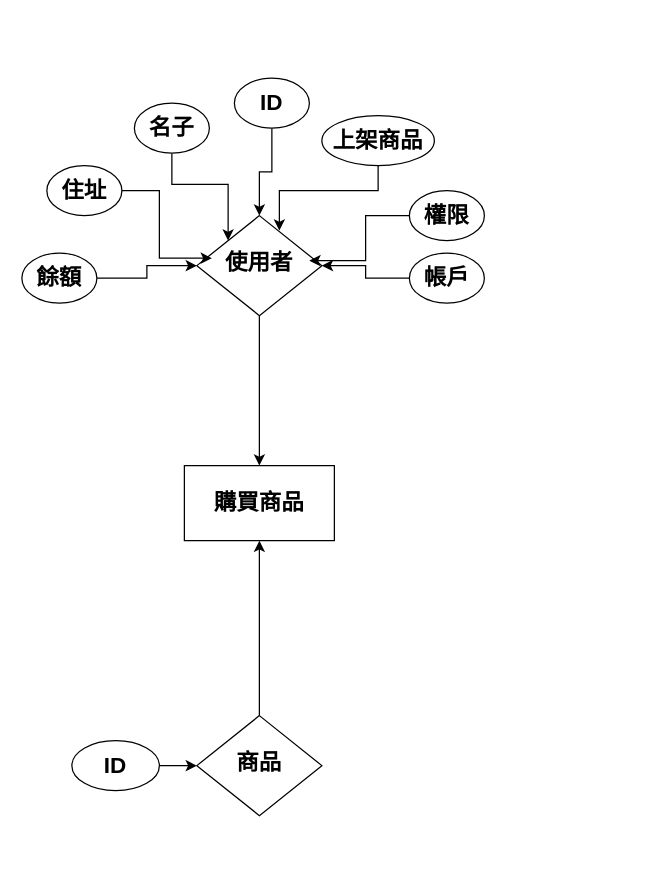
markonbizz/dbProject keeps this draw.io diagram as Untitled Diagram.drawio. Above is the earlier version. Source tidied: cells renumbered, new cells numbered last; positions are measured from the earlier drawing's top-left corner, leaving out a move shared by most shapes. Both pictures are drawn from the tidied source at 125%, with x=0, y=0 at pixel (21, 78).
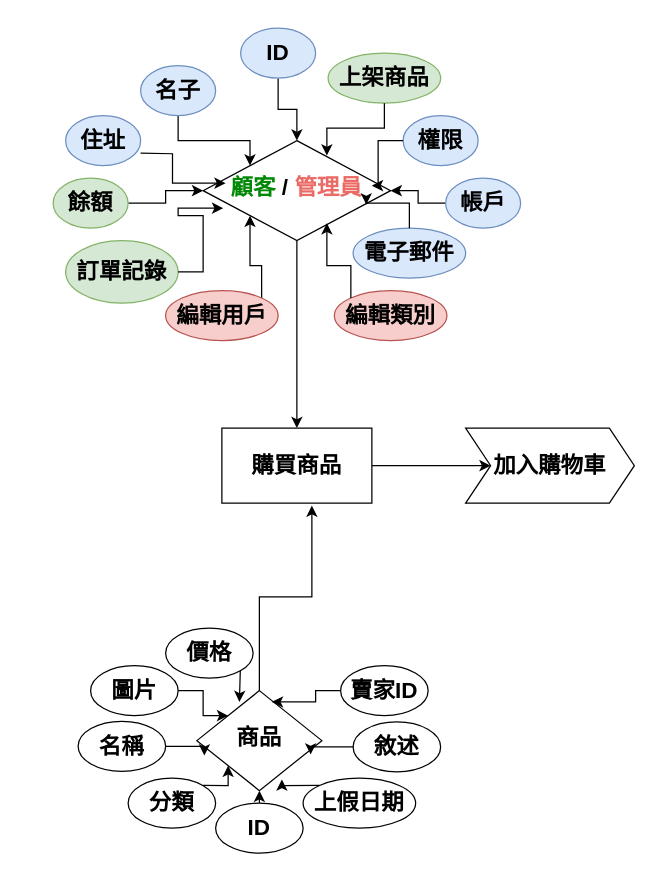
Above is the later version.

Commit message:
Finished Product Diagram

What changed in the source:
```diff
@@
-    <mxCell id="3" value="&lt;h2&gt;&lt;b&gt;使用者&lt;/b&gt;&lt;/h2&gt;" style="rhombus;whiteSpace=wrap;html=1;shadow=0;fontFamily=Helvetica;fontSize=12;align=center;strokeWidth=1;spacing=6;spacingTop=-4;" parent="1" vertex="1">
-      <mxGeometry x="140" y="110" width="100" height="80" as="geometry" />
+    <mxCell id="3" value="&lt;h2&gt;&lt;b&gt;&lt;font color=&quot;#008704&quot;&gt;顧客&lt;/font&gt; / &lt;font color=&quot;#ea6b66&quot;&gt;管理員&lt;/font&gt;&lt;/b&gt;&lt;/h2&gt;" style="rhombus;whiteSpace=wrap;html=1;shadow=0;fontFamily=Helvetica;fontSize=12;align=center;strokeWidth=1;spacing=6;spacingTop=-4;" parent="1" vertex="1">
+      <mxGeometry x="145" y="50" width="150" height="80" as="geometry" />
     </mxCell>
@@
-    <mxCell id="5" value="&lt;h2&gt;&lt;b&gt;ID&lt;/b&gt;&lt;/h2&gt;" style="ellipse;whiteSpace=wrap;html=1;" parent="1" vertex="1">
-      <mxGeometry x="170" width="60" height="40" as="geometry" />
+    <mxCell id="5" value="&lt;h2&gt;&lt;b&gt;ID&lt;/b&gt;&lt;/h2&gt;" style="ellipse;whiteSpace=wrap;html=1;fillColor=#dae8fc;strokeColor=#6c8ebf;" parent="1" vertex="1">
+      <mxGeometry x="175" y="-40" width="60" height="40" as="geometry" />
     </mxCell>
-    <mxCell id="6" value="&lt;h2&gt;&lt;b&gt;住址&lt;/b&gt;&lt;/h2&gt;" style="ellipse;whiteSpace=wrap;html=1;" parent="1" vertex="1">
-      <mxGeometry x="20" y="70" width="60" height="40" as="geometry" />
+    <mxCell id="6" value="&lt;h2&gt;&lt;b&gt;住址&lt;/b&gt;&lt;/h2&gt;" style="ellipse;whiteSpace=wrap;html=1;fillColor=#dae8fc;strokeColor=#6c8ebf;" parent="1" vertex="1">
+      <mxGeometry x="35" y="30" width="60" height="40" as="geometry" />
     </mxCell>
     <mxCell id="7" style="edgeStyle=orthogonalEdgeStyle;rounded=0;jettySize=auto;html=1;entryX=0;entryY=0;entryDx=0;entryDy=0;" parent="1" edge="1" source="8" target="3">
-      <mxGeometry relative="1" as="geometry" />
+      <mxGeometry relative="1" as="geometry">
+        <Array as="points">
+          <mxPoint x="125" y="50" />
+          <mxPoint x="183" y="50" />
+        </Array>
+      </mxGeometry>
     </mxCell>
-    <mxCell id="8" value="&lt;h2&gt;名子&lt;/h2&gt;" style="ellipse;whiteSpace=wrap;html=1;" parent="1" vertex="1">
-      <mxGeometry x="90" y="20" width="60" height="40" as="geometry" />
+    <mxCell id="8" value="&lt;h2&gt;名子&lt;/h2&gt;" style="ellipse;whiteSpace=wrap;html=1;fillColor=#dae8fc;strokeColor=#6c8ebf;" parent="1" vertex="1">
+      <mxGeometry x="95" y="-10" width="60" height="40" as="geometry" />
     </mxCell>
@@
-    <mxCell id="10" value="&lt;h2&gt;&lt;b&gt;餘額&lt;/b&gt;&lt;/h2&gt;" style="ellipse;whiteSpace=wrap;html=1;" parent="1" vertex="1">
-      <mxGeometry y="140" width="60" height="40" as="geometry" />
+    <mxCell id="10" value="&lt;h2&gt;&lt;b&gt;餘額&lt;/b&gt;&lt;/h2&gt;" style="ellipse;whiteSpace=wrap;html=1;fillColor=#d5e8d4;strokeColor=#82b366;" parent="1" vertex="1">
+      <mxGeometry x="25" y="80" width="60" height="40" as="geometry" />
     </mxCell>
-    <mxCell id="11" value="&lt;h2&gt;&lt;b&gt;上架商品&lt;/b&gt;&lt;/h2&gt;" style="ellipse;whiteSpace=wrap;html=1;" parent="1" vertex="1">
-      <mxGeometry x="240" y="30" width="90" height="40" as="geometry" />
+    <mxCell id="11" value="&lt;h2&gt;&lt;b&gt;上架商品&lt;/b&gt;&lt;/h2&gt;" style="ellipse;whiteSpace=wrap;html=1;fillColor=#d5e8d4;strokeColor=#82b366;" parent="1" vertex="1">
+      <mxGeometry x="245" y="-20" width="90" height="40" as="geometry" />
     </mxCell>
-    <mxCell id="12" value="&lt;h2&gt;&lt;b&gt;權限&lt;/b&gt;&lt;/h2&gt;" style="ellipse;whiteSpace=wrap;html=1;" parent="1" vertex="1">
-      <mxGeometry x="310" y="90" width="60" height="40" as="geometry" />
+    <mxCell id="12" value="&lt;h2&gt;&lt;b&gt;權限&lt;/b&gt;&lt;/h2&gt;" style="ellipse;whiteSpace=wrap;html=1;fillColor=#dae8fc;strokeColor=#6c8ebf;" parent="1" vertex="1">
+      <mxGeometry x="305" y="30" width="60" height="40" as="geometry" />
     </mxCell>
@@
-    <mxCell id="14" value="&lt;h2&gt;帳戶&lt;/h2&gt;" style="ellipse;whiteSpace=wrap;html=1;" parent="1" vertex="1">
-      <mxGeometry x="310" y="140" width="60" height="40" as="geometry" />
+    <mxCell id="14" value="&lt;h2&gt;帳戶&lt;/h2&gt;" style="ellipse;whiteSpace=wrap;html=1;fillColor=#dae8fc;strokeColor=#6c8ebf;" parent="1" vertex="1">
+      <mxGeometry x="339" y="80" width="60" height="40" as="geometry" />
     </mxCell>
+    <mxCell id="24" style="edgeStyle=orthogonalEdgeStyle;rounded=0;jettySize=auto;html=1;exitX=1;exitY=0.5;exitDx=0;exitDy=0;entryX=0;entryY=0.5;entryDx=0;entryDy=0;" parent="1" edge="1" source="15" target="47">
+      <mxGeometry relative="1" as="geometry" />
+    </mxCell>
     <mxCell id="15" value="&lt;h2&gt;購買商品&lt;/h2&gt;" style="rounded=0;whiteSpace=wrap;html=1;" parent="1" vertex="1">
-      <mxGeometry x="130" y="310" width="120" height="60" as="geometry" />
+      <mxGeometry x="160" y="280" width="120" height="60" as="geometry" />
     </mxCell>
-    <mxCell id="16" style="edgeStyle=orthogonalEdgeStyle;rounded=0;jettySize=auto;html=1;exitX=0.5;exitY=0;exitDx=0;exitDy=0;entryX=0.5;entryY=1;entryDx=0;entryDy=0;" parent="1" edge="1" source="17" target="15">
-      <mxGeometry relative="1" as="geometry" />
-    </mxCell>
     <mxCell id="17" value="&lt;h2&gt;&lt;b&gt;商品&lt;/b&gt;&lt;/h2&gt;" style="rhombus;whiteSpace=wrap;html=1;shadow=0;fontFamily=Helvetica;fontSize=12;align=center;strokeWidth=1;spacing=6;spacingTop=-4;" parent="1" vertex="1">
-      <mxGeometry x="140" y="510" width="100" height="80" as="geometry" />
+      <mxGeometry x="140" y="490" width="100" height="80" as="geometry" />
     </mxCell>
-    <mxCell id="18" style="edgeStyle=orthogonalEdgeStyle;rounded=0;jettySize=auto;html=1;entryX=0;entryY=0.5;entryDx=0;entryDy=0;" parent="1" edge="1" source="19" target="17">
+    <mxCell id="18" style="edgeStyle=orthogonalEdgeStyle;rounded=0;jettySize=auto;html=1;exitX=0.5;exitY=0;exitDx=0;exitDy=0;entryX=0.5;entryY=1;entryDx=0;entryDy=0;" parent="1" edge="1" source="19" target="17">
       <mxGeometry relative="1" as="geometry" />
     </mxCell>
     <mxCell id="19" value="&lt;h2&gt;&lt;b&gt;ID&lt;/b&gt;&lt;/h2&gt;" style="ellipse;whiteSpace=wrap;html=1;" parent="1" vertex="1">
-      <mxGeometry x="40" y="530" width="70" height="40" as="geometry" />
+      <mxGeometry x="155" y="580" width="70" height="40" as="geometry" />
     </mxCell>
@@
-    <mxCell id="23" style="edgeStyle=orthogonalEdgeStyle;rounded=0;jettySize=auto;html=1;entryX=0.12;entryY=0.425;entryDx=0;entryDy=0;entryPerimeter=0;" parent="1" edge="1" source="6" target="3">
-      <mxGeometry relative="1" as="geometry" />
+    <mxCell id="23" style="edgeStyle=orthogonalEdgeStyle;rounded=0;jettySize=auto;html=1;entryX=0.12;entryY=0.425;entryDx=0;entryDy=0;entryPerimeter=0;" parent="1" edge="1" target="3">
+      <mxGeometry relative="1" as="geometry">
+        <mxPoint x="95" y="60" as="sourcePoint" />
+      </mxGeometry>
     </mxCell>
+    <mxCell id="25" value="&lt;h2&gt;價格&lt;/h2&gt;" style="ellipse;whiteSpace=wrap;html=1;" parent="1" vertex="1">
+      <mxGeometry x="115" y="440" width="70" height="40" as="geometry" />
+    </mxCell>
+    <mxCell id="26" style="edgeStyle=orthogonalEdgeStyle;rounded=0;jettySize=auto;html=1;exitX=1;exitY=0.5;exitDx=0;exitDy=0;entryX=0;entryY=0;entryDx=0;entryDy=0;" parent="1" edge="1" source="27" target="17">
+      <mxGeometry relative="1" as="geometry" />
+    </mxCell>
+    <mxCell id="27" value="&lt;h2&gt;圖片&lt;/h2&gt;" style="ellipse;whiteSpace=wrap;html=1;" parent="1" vertex="1">
+      <mxGeometry x="55" y="470" width="70" height="40" as="geometry" />
+    </mxCell>
+    <mxCell id="28" value="&lt;h2&gt;電子郵件&lt;/h2&gt;" style="ellipse;whiteSpace=wrap;html=1;fillColor=#dae8fc;strokeColor=#6c8ebf;" parent="1" vertex="1">
+      <mxGeometry x="265" y="120" width="90" height="40" as="geometry" />
+    </mxCell>
+    <mxCell id="29" style="edgeStyle=orthogonalEdgeStyle;rounded=0;jettySize=auto;html=1;entryX=0.87;entryY=0.638;entryDx=0;entryDy=0;entryPerimeter=0;" parent="1" edge="1" source="28" target="3">
+      <mxGeometry relative="1" as="geometry" />
+    </mxCell>
+    <mxCell id="30" value="&lt;h2&gt;&lt;b&gt;名稱&lt;/b&gt;&lt;/h2&gt;" style="ellipse;whiteSpace=wrap;html=1;" parent="1" vertex="1">
+      <mxGeometry x="45" y="514.5" width="70" height="40" as="geometry" />
+    </mxCell>
+    <mxCell id="31" style="edgeStyle=orthogonalEdgeStyle;rounded=0;jettySize=auto;html=1;exitX=1;exitY=0;exitDx=0;exitDy=0;entryX=0;entryY=1;entryDx=0;entryDy=0;" parent="1" edge="1" source="32" target="17">
+      <mxGeometry relative="1" as="geometry" />
+    </mxCell>
+    <mxCell id="32" value="&lt;h2&gt;&lt;b&gt;分類&lt;/b&gt;&lt;/h2&gt;" style="ellipse;whiteSpace=wrap;html=1;" parent="1" vertex="1">
+      <mxGeometry x="85" y="560" width="70" height="40" as="geometry" />
+    </mxCell>
+    <mxCell id="33" value="&lt;h2&gt;賣家ID&lt;/h2&gt;" style="ellipse;whiteSpace=wrap;html=1;" parent="1" vertex="1">
+      <mxGeometry x="255" y="470" width="70" height="40" as="geometry" />
+    </mxCell>
+    <mxCell id="34" value="&lt;h2&gt;敘述&lt;/h2&gt;" style="ellipse;whiteSpace=wrap;html=1;" parent="1" vertex="1">
+      <mxGeometry x="265" y="515" width="70" height="40" as="geometry" />
+    </mxCell>
+    <mxCell id="35" value="&lt;h2&gt;上假日期&lt;/h2&gt;" style="ellipse;whiteSpace=wrap;html=1;" parent="1" vertex="1">
+      <mxGeometry x="225" y="560" width="90" height="40" as="geometry" />
+    </mxCell>
+    <mxCell id="36" style="edgeStyle=orthogonalEdgeStyle;rounded=0;jettySize=auto;html=1;exitX=0;exitY=0.5;exitDx=0;exitDy=0;entryX=0.6;entryY=0.113;entryDx=0;entryDy=0;entryPerimeter=0;" parent="1" edge="1" source="33" target="17">
+      <mxGeometry relative="1" as="geometry" />
+    </mxCell>
+    <mxCell id="37" style="edgeStyle=orthogonalEdgeStyle;rounded=0;jettySize=auto;html=1;exitX=1;exitY=1;exitDx=0;exitDy=0;entryX=0.34;entryY=0.113;entryDx=0;entryDy=0;entryPerimeter=0;" parent="1" edge="1" source="25" target="17">
+      <mxGeometry relative="1" as="geometry" />
+    </mxCell>
+    <mxCell id="38" style="edgeStyle=orthogonalEdgeStyle;rounded=0;jettySize=auto;html=1;exitX=1;exitY=0.5;exitDx=0;exitDy=0;entryX=0.06;entryY=0.65;entryDx=0;entryDy=0;entryPerimeter=0;" parent="1" edge="1" source="30" target="17">
+      <mxGeometry relative="1" as="geometry" />
+    </mxCell>
+    <mxCell id="39" style="edgeStyle=orthogonalEdgeStyle;rounded=0;jettySize=auto;html=1;exitX=0;exitY=0;exitDx=0;exitDy=0;entryX=0.68;entryY=0.888;entryDx=0;entryDy=0;entryPerimeter=0;" parent="1" edge="1" source="35" target="17">
+      <mxGeometry relative="1" as="geometry" />
+    </mxCell>
+    <mxCell id="40" style="edgeStyle=orthogonalEdgeStyle;rounded=0;jettySize=auto;html=1;exitX=0;exitY=0.5;exitDx=0;exitDy=0;entryX=0.91;entryY=0.638;entryDx=0;entryDy=0;entryPerimeter=0;" parent="1" edge="1" source="34" target="17">
+      <mxGeometry relative="1" as="geometry" />
+    </mxCell>
+    <mxCell id="41" style="edgeStyle=orthogonalEdgeStyle;rounded=0;jettySize=auto;html=1;exitX=1;exitY=0;exitDx=0;exitDy=0;entryX=0;entryY=1;entryDx=0;entryDy=0;" parent="1" edge="1" source="42" target="3">
+      <mxGeometry relative="1" as="geometry" />
+    </mxCell>
+    <mxCell id="42" value="&lt;h2&gt;編輯用戶&lt;/h2&gt;" style="ellipse;whiteSpace=wrap;html=1;fillColor=#f8cecc;strokeColor=#b85450;" parent="1" vertex="1">
+      <mxGeometry x="115" y="170" width="90" height="40" as="geometry" />
+    </mxCell>
+    <mxCell id="43" value="&lt;h2&gt;編輯類別&lt;/h2&gt;" style="ellipse;whiteSpace=wrap;html=1;fillColor=#f8cecc;strokeColor=#b85450;" parent="1" vertex="1">
+      <mxGeometry x="250" y="170" width="90" height="40" as="geometry" />
+    </mxCell>
+    <mxCell id="44" style="edgeStyle=orthogonalEdgeStyle;rounded=0;jettySize=auto;html=1;exitX=0;exitY=0;exitDx=0;exitDy=0;entryX=0.66;entryY=0.825;entryDx=0;entryDy=0;entryPerimeter=0;" parent="1" edge="1" source="43" target="3">
+      <mxGeometry relative="1" as="geometry" />
+    </mxCell>
+    <mxCell id="45" value="&lt;h2&gt;&lt;b&gt;訂單記錄&lt;/b&gt;&lt;/h2&gt;" style="ellipse;whiteSpace=wrap;html=1;fillColor=#d5e8d4;strokeColor=#82b366;" parent="1" vertex="1">
+      <mxGeometry x="35" y="130" width="90" height="50" as="geometry" />
+    </mxCell>
+    <mxCell id="46" style="edgeStyle=orthogonalEdgeStyle;rounded=0;jettySize=auto;html=1;entryX=0.107;entryY=0.675;entryDx=0;entryDy=0;entryPerimeter=0;" parent="1" edge="1" source="45" target="3">
+      <mxGeometry relative="1" as="geometry" />
+    </mxCell>
+    <mxCell id="16" style="edgeStyle=orthogonalEdgeStyle;rounded=0;jettySize=auto;html=1;entryX=0.6;entryY=1.033;entryDx=0;entryDy=0;entryPerimeter=0;" parent="1" edge="1" source="17" target="15">
+      <mxGeometry relative="1" as="geometry" />
+    </mxCell>
+    <mxCell id="47" value="&lt;h2&gt;加入購物車&lt;/h2&gt;" style="shape=step;perimeter=stepPerimeter;whiteSpace=wrap;html=1;fixedSize=1;" parent="1" vertex="1">
+      <mxGeometry x="355" y="280" width="135" height="60" as="geometry" />
+    </mxCell>
```
